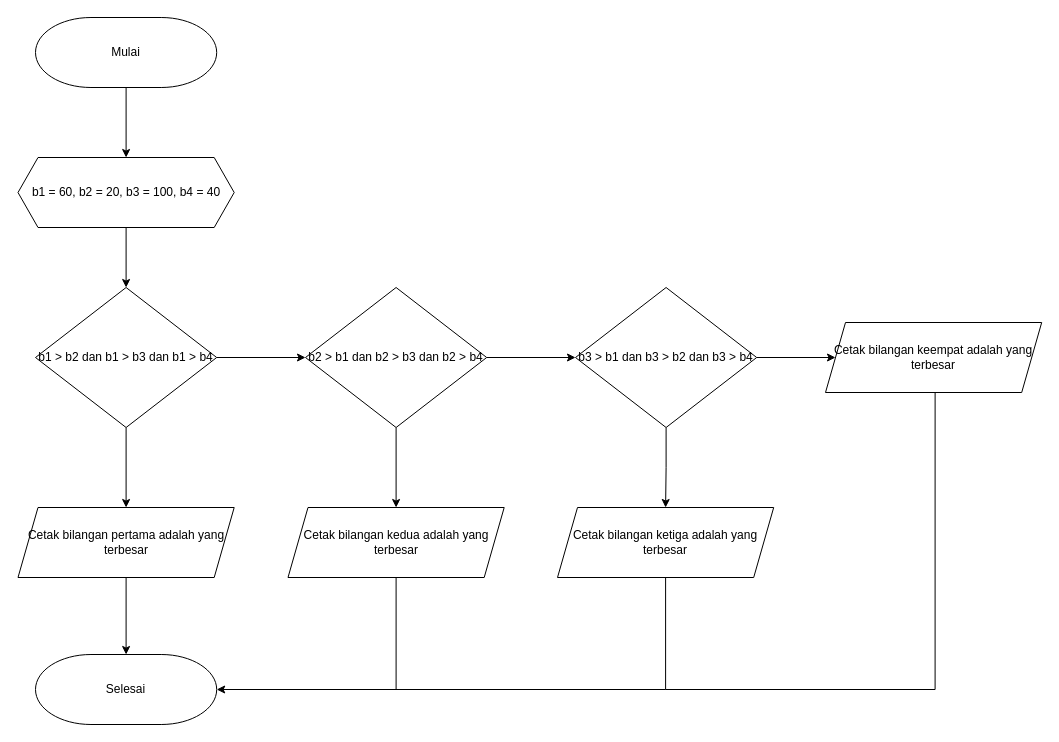
Above: Flowchart 1 (revisi) .drawio in Najib19/FLowchart (draw.io), before the change. Source tidied: cells renumbered, new cells numbered last; positions are measured from the earlier drawing's top-left corner, leaving out a move shared by most shapes. Both pictures are drawn from the tidied source at 100%, with x=0, y=0 at pixel (17, 17).
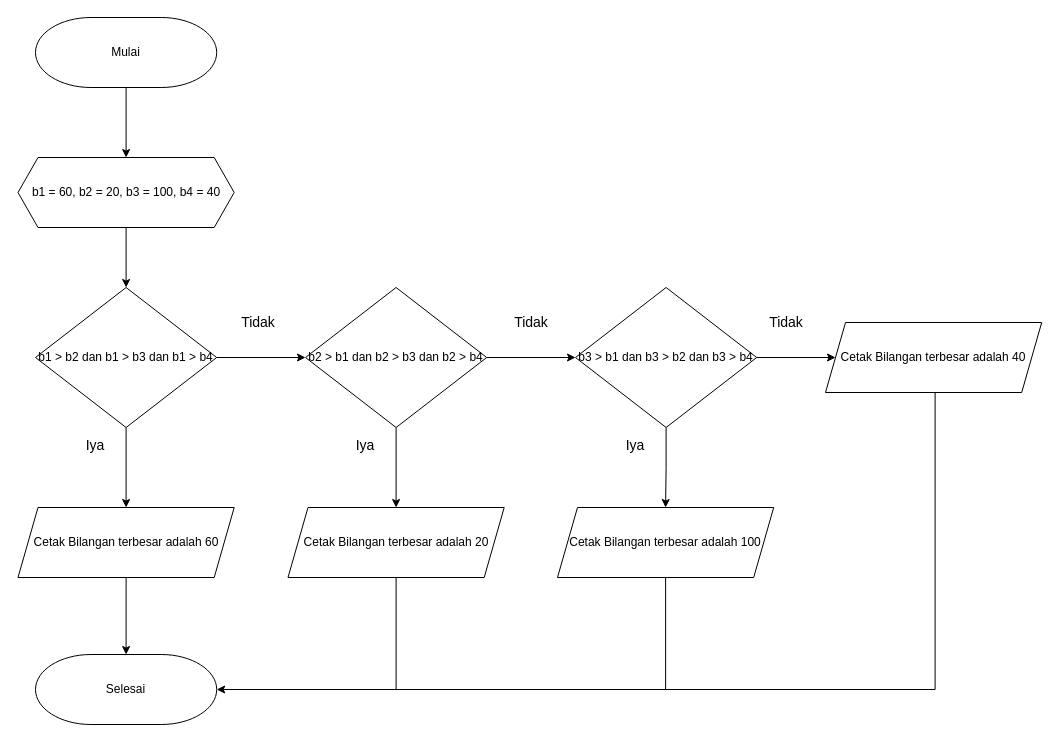
The same diagram, later.

Diff of the diagram source:
```diff
@@
-    <mxCell id="16" value="Cetak bilangan pertama&amp;nbsp;&lt;span style=&quot;text-decoration-line: inherit; background-color: transparent; color: light-dark(rgb(0, 0, 0), rgb(255, 255, 255));&quot;&gt;adalah yang terbesar&lt;/span&gt;" style="shape=parallelogram;perimeter=parallelogramPerimeter;whiteSpace=wrap;html=1;shapeInside=1;fixedSize=1;" parent="1" vertex="1">
+    <mxCell id="16" value="Cetak Bilangan terbesar adalah 60" style="shape=parallelogram;perimeter=parallelogramPerimeter;whiteSpace=wrap;html=1;shapeInside=1;fixedSize=1;" parent="1" vertex="1">
       <mxGeometry x="0.5" y="490" width="216.2" height="70" as="geometry" />
     </mxCell>
@@
-    <mxCell id="18" value="Cetak bilangan kedua&amp;nbsp;&lt;span style=&quot;text-decoration-line: inherit; background-color: transparent; color: light-dark(rgb(0, 0, 0), rgb(255, 255, 255));&quot;&gt;adalah yang terbesar&lt;/span&gt;" style="shape=parallelogram;perimeter=parallelogramPerimeter;whiteSpace=wrap;html=1;shapeInside=1;fixedSize=1;" parent="1" vertex="1">
+    <mxCell id="18" value="Cetak Bilangan terbesar adalah 20" style="shape=parallelogram;perimeter=parallelogramPerimeter;whiteSpace=wrap;html=1;shapeInside=1;fixedSize=1;" parent="1" vertex="1">
       <mxGeometry x="270.5" y="490" width="216.2" height="70" as="geometry" />
     </mxCell>
@@
-    <mxCell id="20" value="Cetak bilangan ketiga&amp;nbsp;&lt;span style=&quot;text-decoration-line: inherit; background-color: transparent; color: light-dark(rgb(0, 0, 0), rgb(255, 255, 255));&quot;&gt;adalah yang terbesar&lt;/span&gt;" style="shape=parallelogram;perimeter=parallelogramPerimeter;whiteSpace=wrap;html=1;shapeInside=1;fixedSize=1;" parent="1" vertex="1">
+    <mxCell id="20" value="Cetak Bilangan terbesar adalah 100" style="shape=parallelogram;perimeter=parallelogramPerimeter;whiteSpace=wrap;html=1;shapeInside=1;fixedSize=1;" parent="1" vertex="1">
       <mxGeometry x="540" y="490" width="216.2" height="70" as="geometry" />
     </mxCell>
@@
-    <mxCell id="23" value="Cetak bilangan keempat&amp;nbsp;&lt;span style=&quot;text-decoration-line: inherit; background-color: transparent; color: light-dark(rgb(0, 0, 0), rgb(255, 255, 255));&quot;&gt;adalah yang terbesar&lt;/span&gt;" style="shape=parallelogram;perimeter=parallelogramPerimeter;whiteSpace=wrap;html=1;shapeInside=1;fixedSize=1;" parent="1" vertex="1">
+    <mxCell id="23" value="Cetak Bilangan terbesar adalah 40" style="shape=parallelogram;perimeter=parallelogramPerimeter;whiteSpace=wrap;html=1;shapeInside=1;fixedSize=1;" parent="1" vertex="1">
       <mxGeometry x="808" y="305" width="216.2" height="70" as="geometry" />
     </mxCell>
+    <mxCell id="24" value="Iya" style="text;html=1;whiteSpace=wrap;strokeColor=none;fillColor=none;align=center;verticalAlign=middle;rounded=0;fontSize=14;" parent="1" vertex="1">
+      <mxGeometry x="48" y="413" width="60" height="30" as="geometry" />
+    </mxCell>
+    <mxCell id="25" value="Tidak" style="text;html=1;whiteSpace=wrap;strokeColor=none;fillColor=none;align=center;verticalAlign=middle;rounded=0;fontSize=14;" parent="1" vertex="1">
+      <mxGeometry x="210.5" y="290" width="60" height="30" as="geometry" />
+    </mxCell>
+    <mxCell id="26" value="Tidak" style="text;html=1;whiteSpace=wrap;strokeColor=none;fillColor=none;align=center;verticalAlign=middle;rounded=0;fontSize=14;" parent="1" vertex="1">
+      <mxGeometry x="484" y="290" width="60" height="30" as="geometry" />
+    </mxCell>
+    <mxCell id="27" value="Tidak" style="text;html=1;whiteSpace=wrap;strokeColor=none;fillColor=none;align=center;verticalAlign=middle;rounded=0;fontSize=14;" parent="1" vertex="1">
+      <mxGeometry x="739.2" y="290" width="60" height="30" as="geometry" />
+    </mxCell>
+    <mxCell id="28" value="Iya" style="text;html=1;whiteSpace=wrap;strokeColor=none;fillColor=none;align=center;verticalAlign=middle;rounded=0;fontSize=14;" parent="1" vertex="1">
+      <mxGeometry x="318" y="413" width="60" height="30" as="geometry" />
+    </mxCell>
+    <mxCell id="29" value="Iya" style="text;html=1;whiteSpace=wrap;strokeColor=none;fillColor=none;align=center;verticalAlign=middle;rounded=0;fontSize=14;" parent="1" vertex="1">
+      <mxGeometry x="588" y="413" width="60" height="30" as="geometry" />
+    </mxCell>
```
